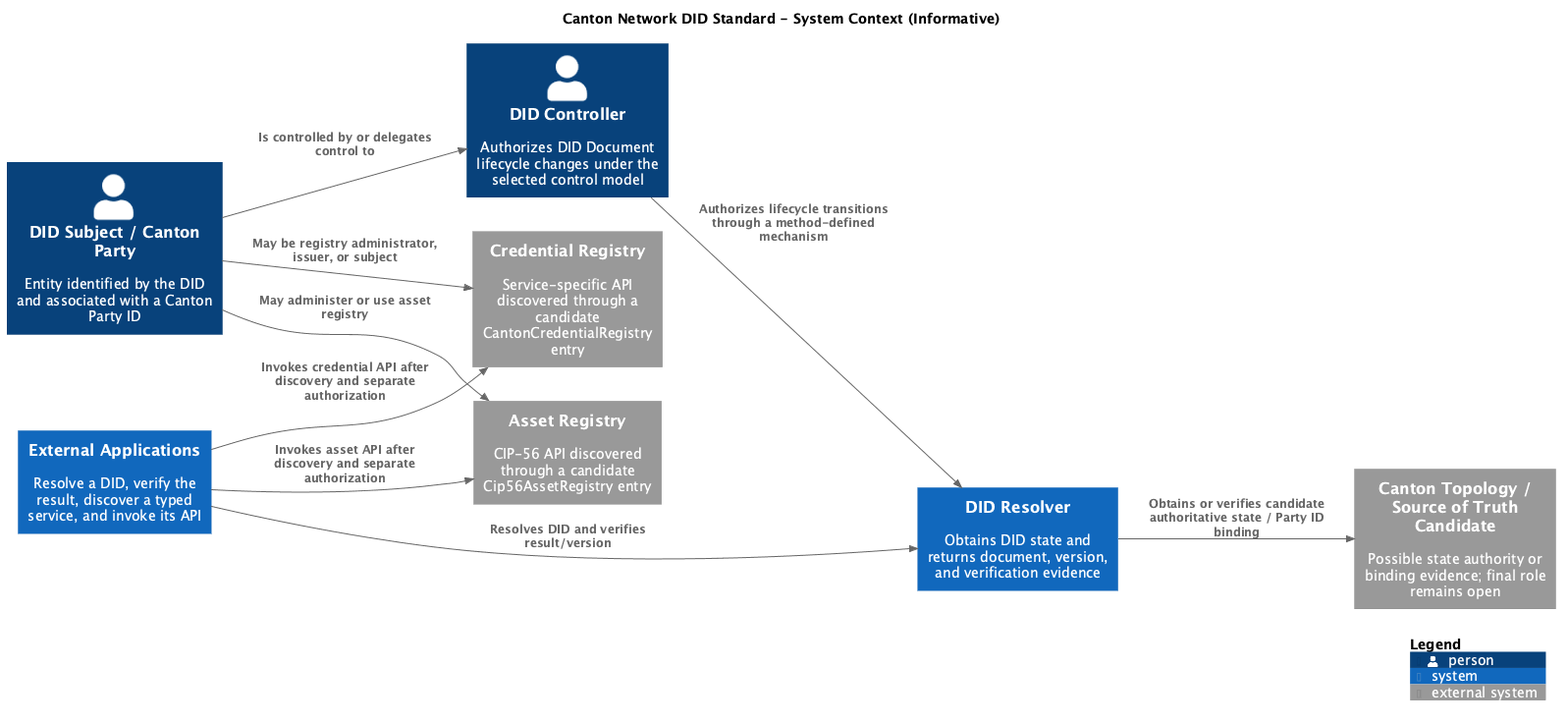
Above: cn-did-standard/images/did-system-context.png in unlockitio/cips (PlantUML), before the change. The source it was exported from:
```plantuml
@startuml did-system-context
!include <C4/C4_Context>

LAYOUT_LEFT_RIGHT()
title Canton Network DID Standard - System Context (Informative)

Person(subject, "DID Subject / Canton Party", "Entity identified by the DID and associated with a Canton Party ID")
Person(controller, "DID Controller", "Authorizes DID Document lifecycle changes under the selected control model")
System(apps, "External Applications", "Resolve a DID, verify the result, discover a typed service, and invoke its API")
System(resolver, "DID Resolver", "Obtains DID state and returns document, version, and verification evidence")
System_Ext(topology, "Canton Topology / Source of Truth Candidate", "Possible state authority or binding evidence; final role remains open")
System_Ext(credentials, "Credential Registry", "Service-specific API discovered through a candidate CantonCredentialRegistry entry")
System_Ext(assets, "Asset Registry", "CIP-56 API discovered through a candidate Cip56AssetRegistry entry")

Rel(controller, resolver, "Authorizes lifecycle transitions through a method-defined mechanism")
Rel(subject, controller, "Is controlled by or delegates control to")
Rel(resolver, topology, "Obtains or verifies candidate authoritative state / Party ID binding")
Rel(apps, resolver, "Resolves DID and verifies result/version")
Rel(apps, credentials, "Invokes credential API after discovery and separate authorization")
Rel(apps, assets, "Invokes asset API after discovery and separate authorization")
Rel(subject, credentials, "May be registry administrator, issuer, or subject")
Rel(subject, assets, "May administer or use asset registry")

SHOW_LEGEND()
@enduml
```
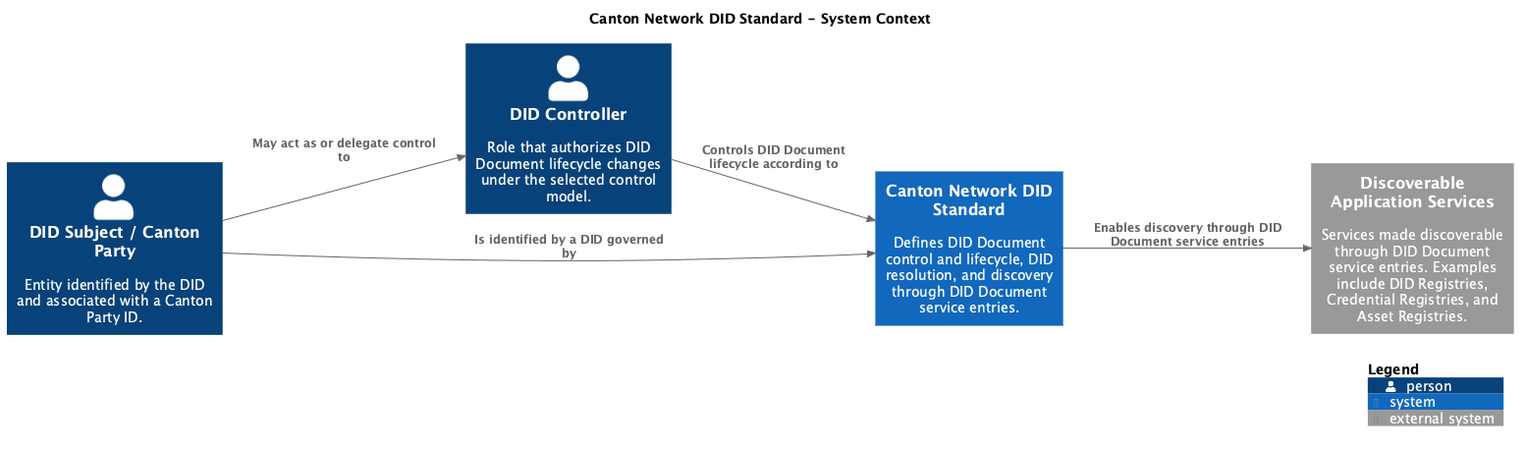
The same file after the commit.

Diff of the diagram source:
```diff
@@ -2,24 +2,18 @@
 !include <C4/C4_Context>
 
 LAYOUT_LEFT_RIGHT()
-title Canton Network DID Standard - System Context (Informative)
+title Canton Network DID Standard - System Context
 
-Person(subject, "DID Subject / Canton Party", "Entity identified by the DID and associated with a Canton Party ID")
-Person(controller, "DID Controller", "Authorizes DID Document lifecycle changes under the selected control model")
-System(apps, "External Applications", "Resolve a DID, verify the result, discover a typed service, and invoke its API")
-System(resolver, "DID Resolver", "Obtains DID state and returns document, version, and verification evidence")
-System_Ext(topology, "Canton Topology / Source of Truth Candidate", "Possible state authority or binding evidence; final role remains open")
-System_Ext(credentials, "Credential Registry", "Service-specific API discovered through a candidate CantonCredentialRegistry entry")
-System_Ext(assets, "Asset Registry", "CIP-56 API discovered through a candidate Cip56AssetRegistry entry")
+Person(subject, "DID Subject / Canton Party", "Entity identified by the DID and associated with a Canton Party ID.")
+Person(controller, "DID Controller", "Role that authorizes DID Document lifecycle changes under the selected control model.")
 
-Rel(controller, resolver, "Authorizes lifecycle transitions through a method-defined mechanism")
-Rel(subject, controller, "Is controlled by or delegates control to")
-Rel(resolver, topology, "Obtains or verifies candidate authoritative state / Party ID binding")
-Rel(apps, resolver, "Resolves DID and verifies result/version")
-Rel(apps, credentials, "Invokes credential API after discovery and separate authorization")
-Rel(apps, assets, "Invokes asset API after discovery and separate authorization")
-Rel(subject, credentials, "May be registry administrator, issuer, or subject")
-Rel(subject, assets, "May administer or use asset registry")
+System(standard, "Canton Network DID Standard", "Defines DID Document control and lifecycle, DID resolution, and discovery through DID Document service entries.")
+System_Ext(services, "Discoverable Application Services", "Services made discoverable through DID Document service entries. Examples include DID Registries, Credential Registries, and Asset Registries.")
+
+Rel(subject, controller, "May act as or delegate control to")
+Rel(subject, standard, "Is identified by a DID governed by")
+Rel(controller, standard, "Controls DID Document lifecycle according to")
+Rel(standard, services, "Enables discovery through DID Document service entries")
 
 SHOW_LEGEND()
 @enduml
```
